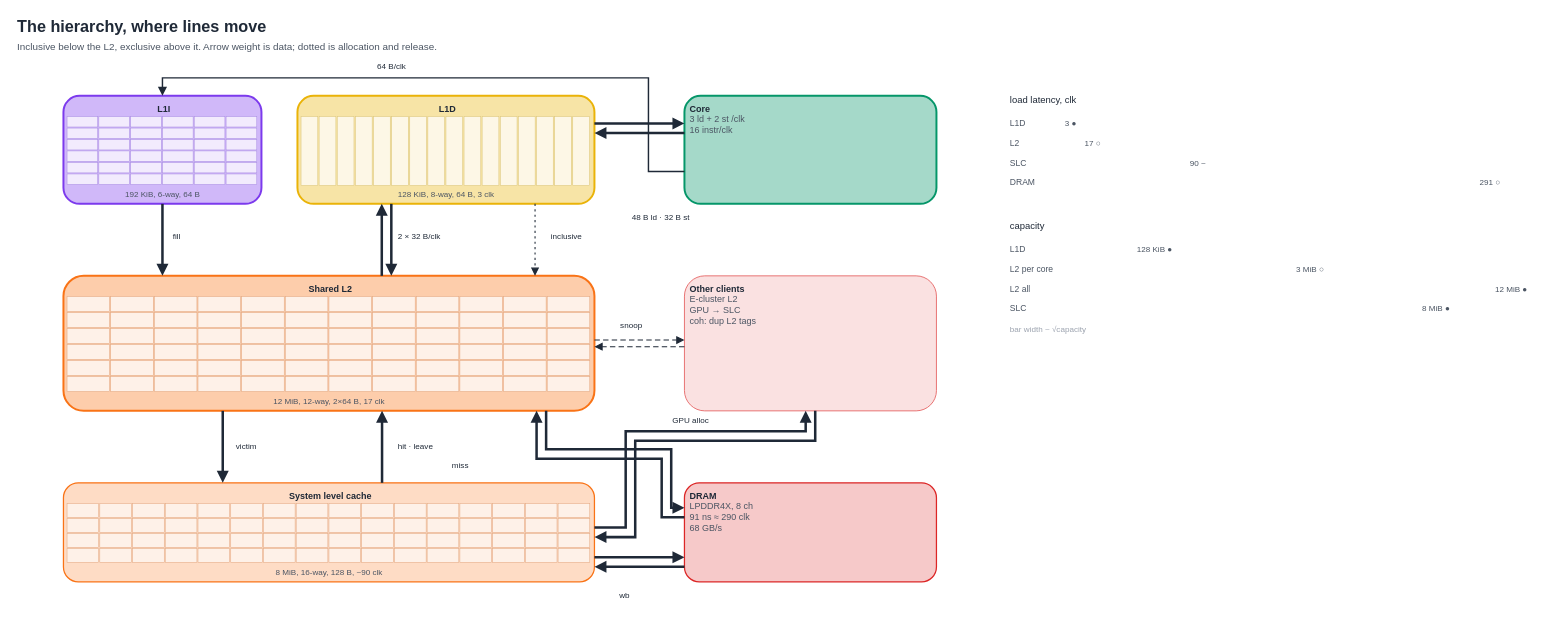
The draw.io diagram page "D4 hierarchy" (4 of 4) of drawio/cache-dataflow.drawio in ihagedo/firestorm-diagrams, before the edit. Source tidied: cells renumbered, new cells numbered last; positions are measured from the earlier drawing's top-left corner, leaving out a move shared by most shapes. Both pictures are drawn from the tidied source at 90%, with x=0, y=0 at pixel (15, 15).
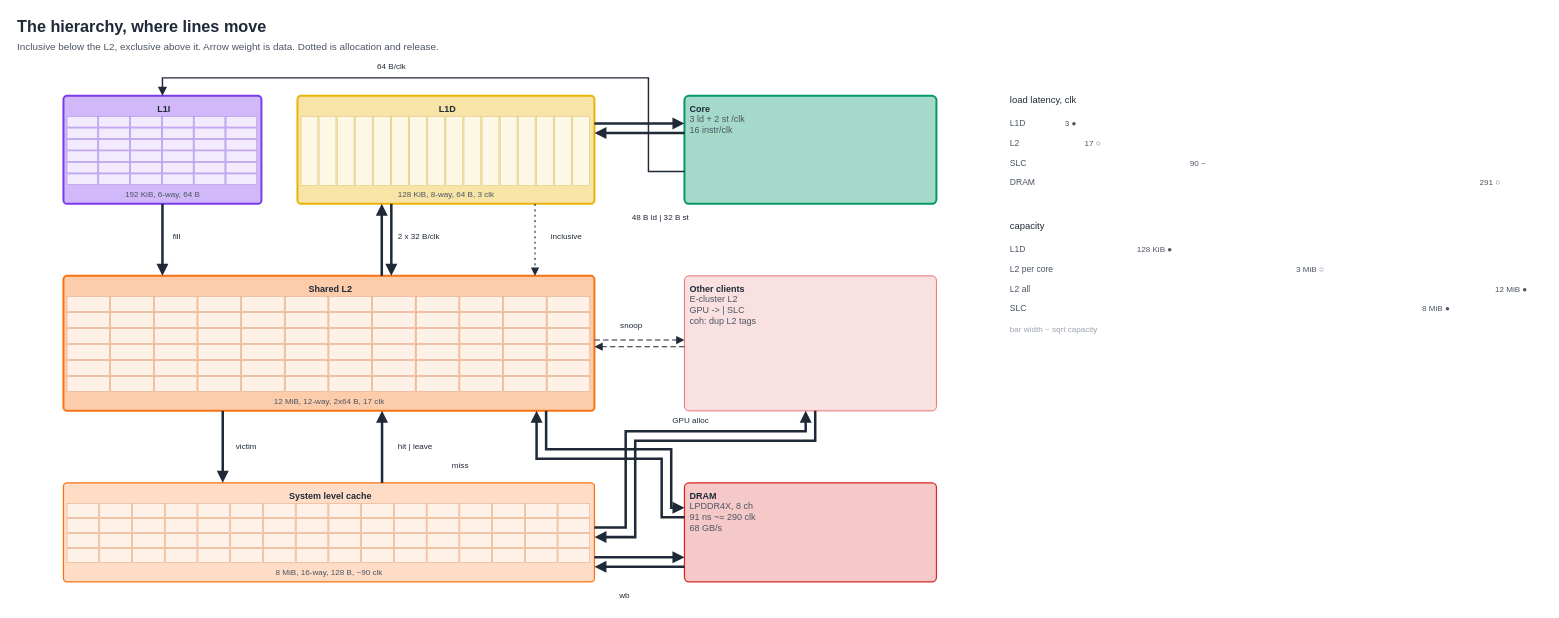
The same diagram, later.

What changed in the source:
```diff
@@
-    <mxCell id="3" value="Inclusive below the L2, exclusive above it. Arrow weight is data; dotted is allocation and release." style="text;html=1;kind=title;fontSize=11;fontColor=#4b5563;align=left;verticalAlign=middle;" parent="1" vertex="1">
-      <mxGeometry y="26" width="788" height="18" as="geometry" />
+    <mxCell id="3" value="Inclusive below the L2, exclusive above it. Arrow weight is data. Dotted is allocation and release." style="text;html=1;kind=title;fontSize=11;fontColor=#4b5563;align=left;verticalAlign=middle;" parent="1" vertex="1">
+      <mxGeometry y="26" width="790" height="18" as="geometry" />
     </mxCell>
-    <mxCell id="4" value="&lt;b&gt;L1I&lt;/b&gt;" style="rounded=1;whiteSpace=wrap;html=1;fillColor=#d0b8f9;strokeColor=#7c3aed;strokeWidth=2.2;dashed=0;fontSize=10;fontColor=#1f2937;align=center;verticalAlign=top;spacingLeft=4;spacingTop=2;" parent="1" vertex="1">
+    <mxCell id="4" value="&lt;b&gt;L1I&lt;/b&gt;" style="rounded=1;absoluteArcSize=1;arcSize=8;whiteSpace=wrap;html=1;fillColor=#d0b8f9;strokeColor=#7c3aed;strokeWidth=2.2;dashed=0;fontSize=10;fontColor=#1f2937;align=center;verticalAlign=top;spacingLeft=4;spacingTop=2;" parent="1" vertex="1">
       <mxGeometry x="53" y="89" width="220" height="120" as="geometry" />
     </mxCell>
@@
-    <mxCell id="42" value="&lt;b&gt;L1D&lt;/b&gt;" style="rounded=1;whiteSpace=wrap;html=1;fillColor=#f7e4a6;strokeColor=#eab308;strokeWidth=2.2;dashed=0;fontSize=10;fontColor=#1f2937;align=center;verticalAlign=top;spacingLeft=4;spacingTop=2;" parent="1" vertex="1">
+    <mxCell id="42" value="&lt;b&gt;L1D&lt;/b&gt;" style="rounded=1;absoluteArcSize=1;arcSize=8;whiteSpace=wrap;html=1;fillColor=#f7e4a6;strokeColor=#eab308;strokeWidth=2.2;dashed=0;fontSize=10;fontColor=#1f2937;align=center;verticalAlign=top;spacingLeft=4;spacingTop=2;" parent="1" vertex="1">
       <mxGeometry x="313" y="89" width="330" height="120" as="geometry" />
     </mxCell>
@@
-    <mxCell id="60" value="&lt;b&gt;Shared L2&lt;/b&gt;" style="rounded=1;whiteSpace=wrap;html=1;fillColor=#fdcdab;strokeColor=#f97316;strokeWidth=2.2;dashed=0;fontSize=10;fontColor=#1f2937;align=center;verticalAlign=top;spacingLeft=4;spacingTop=2;" parent="1" vertex="1">
+    <mxCell id="60" value="&lt;b&gt;Shared L2&lt;/b&gt;" style="rounded=1;absoluteArcSize=1;arcSize=8;whiteSpace=wrap;html=1;fillColor=#fdcdab;strokeColor=#f97316;strokeWidth=2.2;dashed=0;fontSize=10;fontColor=#1f2937;align=center;verticalAlign=top;spacingLeft=4;spacingTop=2;" parent="1" vertex="1">
       <mxGeometry x="53" y="289" width="590" height="150" as="geometry" />
     </mxCell>
@@
-    <mxCell id="133" value="12 MiB, 12-way, 2×64 B, 17 clk" style="text;html=1;fontSize=9;fontColor=#4b5563;align=center;verticalAlign=bottom;" parent="60" vertex="1">
+    <mxCell id="133" value="12 MiB, 12-way, 2x64 B, 17 clk" style="text;html=1;fontSize=9;fontColor=#4b5563;align=center;verticalAlign=bottom;" parent="60" vertex="1">
       <mxGeometry y="134" width="590" height="14" as="geometry" />
     </mxCell>
-    <mxCell id="134" value="&lt;b&gt;System level cache&lt;/b&gt;" style="rounded=1;whiteSpace=wrap;html=1;fillColor=#fedcc5;strokeColor=#f97316;strokeWidth=1.4;dashed=0;fontSize=10;fontColor=#1f2937;align=center;verticalAlign=top;spacingLeft=4;spacingTop=2;" parent="1" vertex="1">
+    <mxCell id="134" value="&lt;b&gt;System level cache&lt;/b&gt;" style="rounded=1;absoluteArcSize=1;arcSize=8;whiteSpace=wrap;html=1;fillColor=#fedcc5;strokeColor=#f97316;strokeWidth=1.4;dashed=0;fontSize=10;fontColor=#1f2937;align=center;verticalAlign=top;spacingLeft=4;spacingTop=2;" parent="1" vertex="1">
       <mxGeometry x="53" y="519" width="590" height="110" as="geometry" />
     </mxCell>
@@
-    <mxCell id="200" value="&lt;b&gt;DRAM&lt;/b&gt;&lt;br&gt;&lt;span style='font-weight:normal;color:#4b5563'&gt;LPDDR4X, 8 ch&lt;/span&gt;&lt;br&gt;&lt;span style='font-weight:normal;color:#4b5563'&gt;91 ns ≈ 290 clk&lt;/span&gt;&lt;br&gt;&lt;span style='font-weight:normal;color:#4b5563'&gt;68 GB/s&lt;/span&gt;" style="rounded=1;whiteSpace=wrap;html=1;fillColor=#f6c9c9;strokeColor=#dc2626;strokeWidth=1.4;dashed=0;fontSize=10;fontColor=#1f2937;align=left;verticalAlign=top;spacingLeft=4;spacingTop=2;" parent="1" vertex="1">
+    <mxCell id="200" value="&lt;b&gt;DRAM&lt;/b&gt;&lt;br&gt;&lt;span style='font-weight:normal;color:#4b5563'&gt;LPDDR4X, 8 ch&lt;/span&gt;&lt;br&gt;&lt;span style='font-weight:normal;color:#4b5563'&gt;91 ns ~= 290 clk&lt;/span&gt;&lt;br&gt;&lt;span style='font-weight:normal;color:#4b5563'&gt;68 GB/s&lt;/span&gt;" style="rounded=1;absoluteArcSize=1;arcSize=10;whiteSpace=wrap;html=1;fillColor=#f6c9c9;strokeColor=#dc2626;strokeWidth=1.4;dashed=0;fontSize=10;fontColor=#1f2937;align=left;verticalAlign=top;spacingLeft=4;spacingTop=2;" parent="1" vertex="1">
       <mxGeometry x="743" y="519" width="280" height="110" as="geometry" />
     </mxCell>
-    <mxCell id="201" value="&lt;b&gt;Other clients&lt;/b&gt;&lt;br&gt;&lt;span style='font-weight:normal;color:#4b5563'&gt;E-cluster L2&lt;/span&gt;&lt;br&gt;&lt;span style='font-weight:normal;color:#4b5563'&gt;GPU → SLC&lt;/span&gt;&lt;br&gt;&lt;span style='font-weight:normal;color:#4b5563'&gt;coh: dup L2 tags&lt;/span&gt;" style="rounded=1;whiteSpace=wrap;html=1;fillColor=#fae1e1;strokeColor=#e66767;strokeWidth=1;dashed=0;fontSize=10;fontColor=#1f2937;align=left;verticalAlign=top;spacingLeft=4;spacingTop=2;" parent="1" vertex="1">
+    <mxCell id="201" value="&lt;b&gt;Other clients&lt;/b&gt;&lt;br&gt;&lt;span style='font-weight:normal;color:#4b5563'&gt;E-cluster L2&lt;/span&gt;&lt;br&gt;&lt;span style='font-weight:normal;color:#4b5563'&gt;GPU -&amp;gt | SLC&lt;/span&gt;&lt;br&gt;&lt;span style='font-weight:normal;color:#4b5563'&gt;coh: dup L2 tags&lt;/span&gt;" style="rounded=1;absoluteArcSize=1;arcSize=10;whiteSpace=wrap;html=1;fillColor=#fae1e1;strokeColor=#e66767;strokeWidth=1;dashed=0;fontSize=10;fontColor=#1f2937;align=left;verticalAlign=top;spacingLeft=4;spacingTop=2;" parent="1" vertex="1">
       <mxGeometry x="743" y="289" width="280" height="150" as="geometry" />
     </mxCell>
-    <mxCell id="202" value="&lt;b&gt;Core&lt;/b&gt;&lt;br&gt;&lt;span style='font-weight:normal;color:#4b5563'&gt;3 ld + 2 st /clk&lt;/span&gt;&lt;br&gt;&lt;span style='font-weight:normal;color:#4b5563'&gt;16 instr/clk&lt;/span&gt;" style="rounded=1;whiteSpace=wrap;html=1;fillColor=#a5d9c9;strokeColor=#059669;strokeWidth=2.2;dashed=0;fontSize=10;fontColor=#1f2937;align=left;verticalAlign=top;spacingLeft=4;spacingTop=2;" parent="1" vertex="1">
+    <mxCell id="202" value="&lt;b&gt;Core&lt;/b&gt;&lt;br&gt;&lt;span style='font-weight:normal;color:#4b5563'&gt;3 ld + 2 st /clk&lt;/span&gt;&lt;br&gt;&lt;span style='font-weight:normal;color:#4b5563'&gt;16 instr/clk&lt;/span&gt;" style="rounded=1;absoluteArcSize=1;arcSize=10;whiteSpace=wrap;html=1;fillColor=#a5d9c9;strokeColor=#059669;strokeWidth=2.2;dashed=0;fontSize=10;fontColor=#1f2937;align=left;verticalAlign=top;spacingLeft=4;spacingTop=2;" parent="1" vertex="1">
       <mxGeometry x="743" y="89" width="280" height="120" as="geometry" />
     </mxCell>
@@
-    <mxCell id="220" value="48 B ld · 32 B st" style="text;html=1;fontSize=9;fontColor=#1f2937;align=left;verticalAlign=middle;fillColor=none;strokeColor=none;rounded=1;owner=e-core-l1d;" parent="1" vertex="1">
-      <mxGeometry x="683" y="214.5" width="118.4" height="18.5" as="geometry" />
+    <mxCell id="220" value="48 B ld | 32 B st" style="text;html=1;fontSize=9;fontColor=#1f2937;align=left;verticalAlign=middle;fillColor=none;strokeColor=none;rounded=1;owner=e-core-l1d;" parent="1" vertex="1">
+      <mxGeometry x="683" y="214.5" width="115.3" height="18.5" as="geometry" />
     </mxCell>
@@
-    <mxCell id="222" value="2 × 32 B/clk" style="text;html=1;fontSize=9;fontColor=#1f2937;align=left;verticalAlign=middle;fillColor=none;strokeColor=none;rounded=1;owner=e-l1d-l2;" parent="1" vertex="1">
+    <mxCell id="222" value="2 x 32 B/clk" style="text;html=1;fontSize=9;fontColor=#1f2937;align=left;verticalAlign=middle;fillColor=none;strokeColor=none;rounded=1;owner=e-l1d-l2;" parent="1" vertex="1">
       <mxGeometry x="423" y="236.5" width="90.3" height="18.5" as="geometry" />
     </mxCell>
@@
-    <mxCell id="226" value="hit · leave" style="text;html=1;fontSize=9;fontColor=#1f2937;align=left;verticalAlign=middle;fillColor=none;strokeColor=none;rounded=1;owner=e-slc-l2;" parent="1" vertex="1">
-      <mxGeometry x="423" y="469.5" width="76" height="18.5" as="geometry" />
+    <mxCell id="226" value="hit | leave" style="text;html=1;fontSize=9;fontColor=#1f2937;align=left;verticalAlign=middle;fillColor=none;strokeColor=none;rounded=1;owner=e-slc-l2;" parent="1" vertex="1">
+      <mxGeometry x="423" y="469.5" width="72.9" height="18.5" as="geometry" />
     </mxCell>
@@
-    <mxCell id="249" value="bar width ~ √capacity" style="text;html=1;fontSize=9;fontColor=#9ca3af;align=left;verticalAlign=middle;" parent="1" vertex="1">
-      <mxGeometry x="1103" y="340.5" width="139.3" height="16.5" as="geometry" />
+    <mxCell id="249" value="bar width ~ sqrt capacity" style="text;html=1;fontSize=9;fontColor=#9ca3af;align=left;verticalAlign=middle;" parent="1" vertex="1">
+      <mxGeometry x="1103" y="340.5" width="160.3" height="16.5" as="geometry" />
     </mxCell>
```
